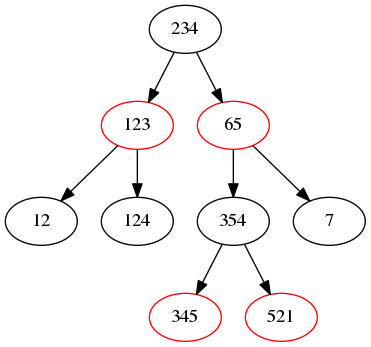
Above: lab4b/graph.png in Krollbotid/mephi_labs (Graphviz), before the change. Its source is kept beside it as lab4b/graph.dot.
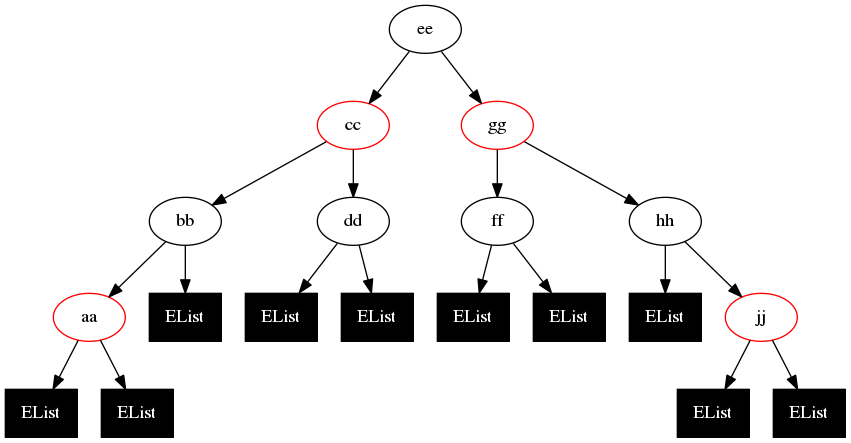
The same diagram one commit later.

Commit message:
Implemented EList. Changed all funcs for EList, finished delete fixup, finished both searches. Changed graph drawing for RB.

Change to the diagram source:
```diff
@@ -1,19 +1,49 @@
 digraph G {
-	234 [color=black];
-	234 -> 123;
-	123 [color=red];
-	123 -> 12;
-	12 [color=black];
-	123 -> 124;
-	124 [color=black];
-	234 -> 65;
-	65 [color=red];
-	65 -> 354;
-	354 [color=black];
-	354 -> 345;
-	345 [color=red];
-	354 -> 521;
-	521 [color=red];
-	65 -> 7;
-	7 [color=black];
+	0 [label="ee", color=black];
+	0 -> 1;
+	1 [label="cc", color=red];
+	1 -> 3;
+	3 [label="bb", color=black];
+	3 -> 7;
+	7 [label="aa", color=red];
+	7 -> 15;
+	15 [shape=box, label="EList", style=filled, color=black, fontcolor=white];
+	15 [label="EList", color=black];
+	7 -> 16;
+	16 [shape=box, label="EList", style=filled, color=black, fontcolor=white];
+	16 [label="EList", color=black];
+	3 -> 8;
+	8 [shape=box, label="EList", style=filled, color=black, fontcolor=white];
+	8 [label="EList", color=black];
+	1 -> 4;
+	4 [label="dd", color=black];
+	4 -> 9;
+	9 [shape=box, label="EList", style=filled, color=black, fontcolor=white];
+	9 [label="EList", color=black];
+	4 -> 10;
+	10 [shape=box, label="EList", style=filled, color=black, fontcolor=white];
+	10 [label="EList", color=black];
+	0 -> 2;
+	2 [label="gg", color=red];
+	2 -> 5;
+	5 [label="ff", color=black];
+	5 -> 11;
+	11 [shape=box, label="EList", style=filled, color=black, fontcolor=white];
+	11 [label="EList", color=black];
+	5 -> 12;
+	12 [shape=box, label="EList", style=filled, color=black, fontcolor=white];
+	12 [label="EList", color=black];
+	2 -> 6;
+	6 [label="hh", color=black];
+	6 -> 13;
+	13 [shape=box, label="EList", style=filled, color=black, fontcolor=white];
+	13 [label="EList", color=black];
+	6 -> 14;
+	14 [label="jj", color=red];
+	14 -> 29;
+	29 [shape=box, label="EList", style=filled, color=black, fontcolor=white];
+	29 [label="EList", color=black];
+	14 -> 30;
+	30 [shape=box, label="EList", style=filled, color=black, fontcolor=white];
+	30 [label="EList", color=black];
 }
```
